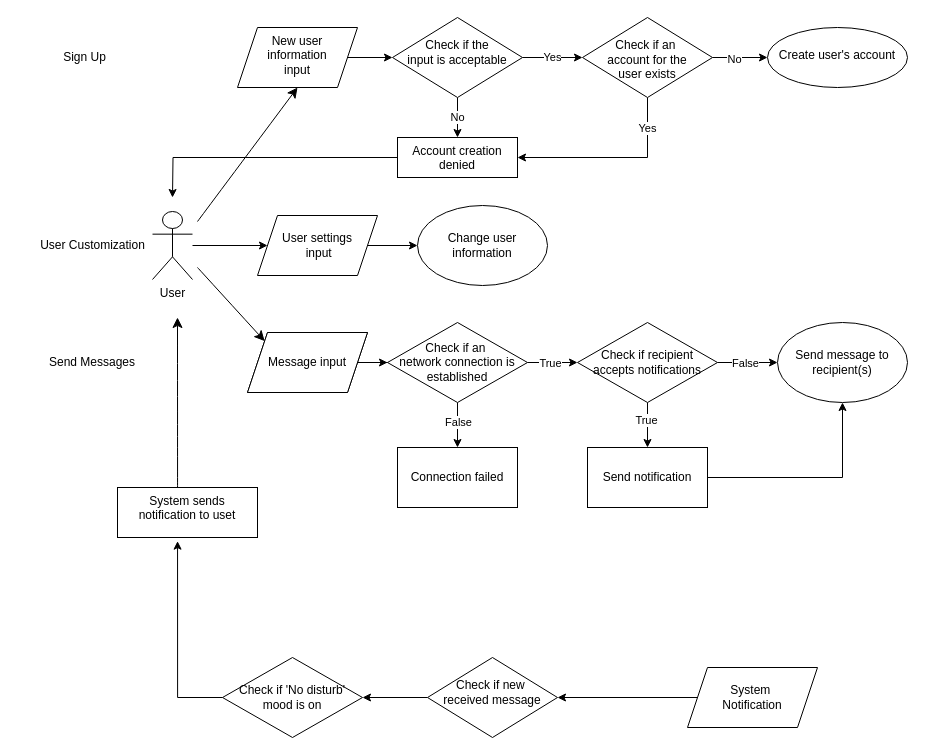
M4RL1M/CPSC-362-Chat-App-Project keeps this draw.io diagram as context.drawio. Above is the earlier version. Source tidied: cells renumbered, new cells numbered last; positions are measured from the earlier drawing's top-left corner, leaving out a move shared by most shapes. Both pictures are drawn from the tidied source at 100%, with x=0, y=0 at pixel (17, 17).
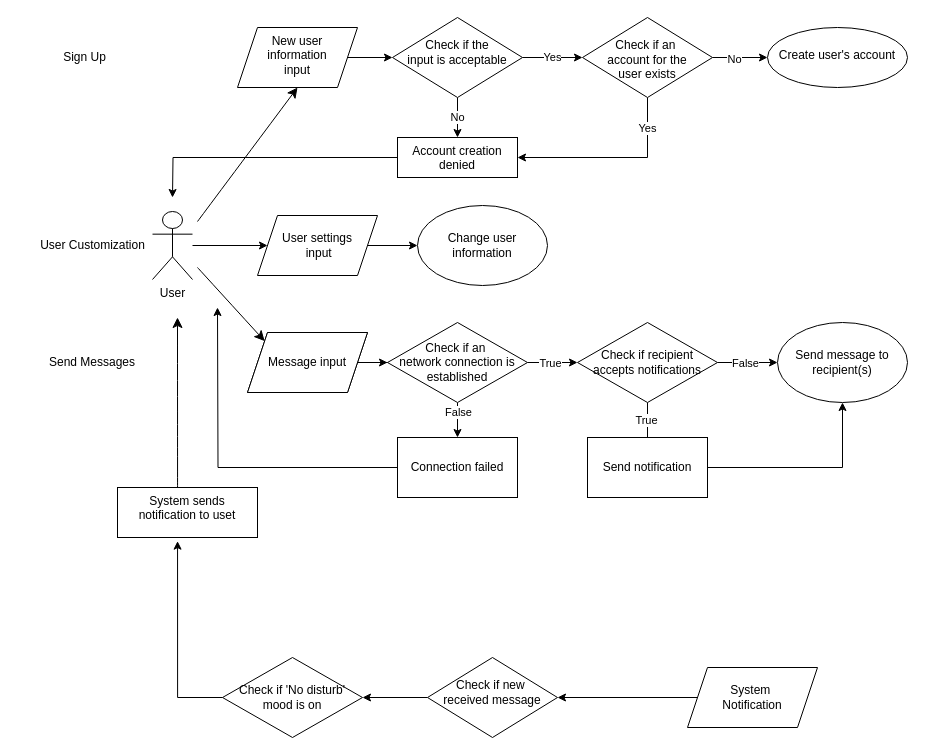
After the change.

Change to the diagram source:
```diff
@@
+    <mxCell id="50" style="edgeStyle=orthogonalEdgeStyle;rounded=0;jettySize=auto;html=1;exitX=0;exitY=0.5;exitDx=0;exitDy=0;" parent="1" edge="1" source="33">
+      <mxGeometry relative="1" as="geometry">
+        <mxPoint x="200" y="290" as="targetPoint" />
+      </mxGeometry>
+    </mxCell>
     <mxCell id="33" value="Connection failed" style="whiteSpace=wrap;html=1;" parent="1" vertex="1">
-      <mxGeometry x="380" y="430" width="120" height="60" as="geometry" />
+      <mxGeometry x="380" y="420" width="120" height="60" as="geometry" />
     </mxCell>
@@
     <mxCell id="44" value="Send notification" style="whiteSpace=wrap;html=1;" parent="1" vertex="1">
-      <mxGeometry x="570" y="430" width="120" height="60" as="geometry" />
+      <mxGeometry x="570" y="420" width="120" height="60" as="geometry" />
     </mxCell>
```
